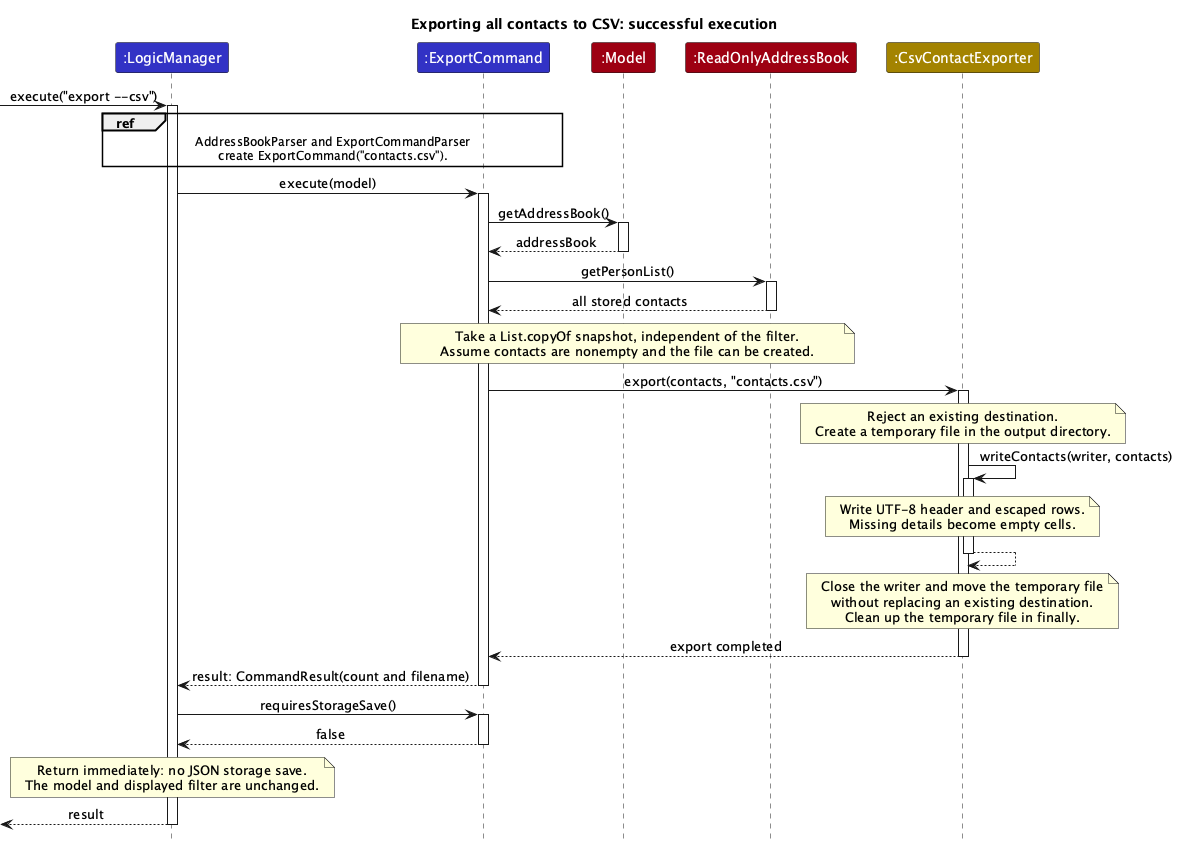
The PlantUML diagram docs/images/ExportCsvSequenceDiagram.png in AY2627S1-CS2103T-W10-1/tp, before a commit.
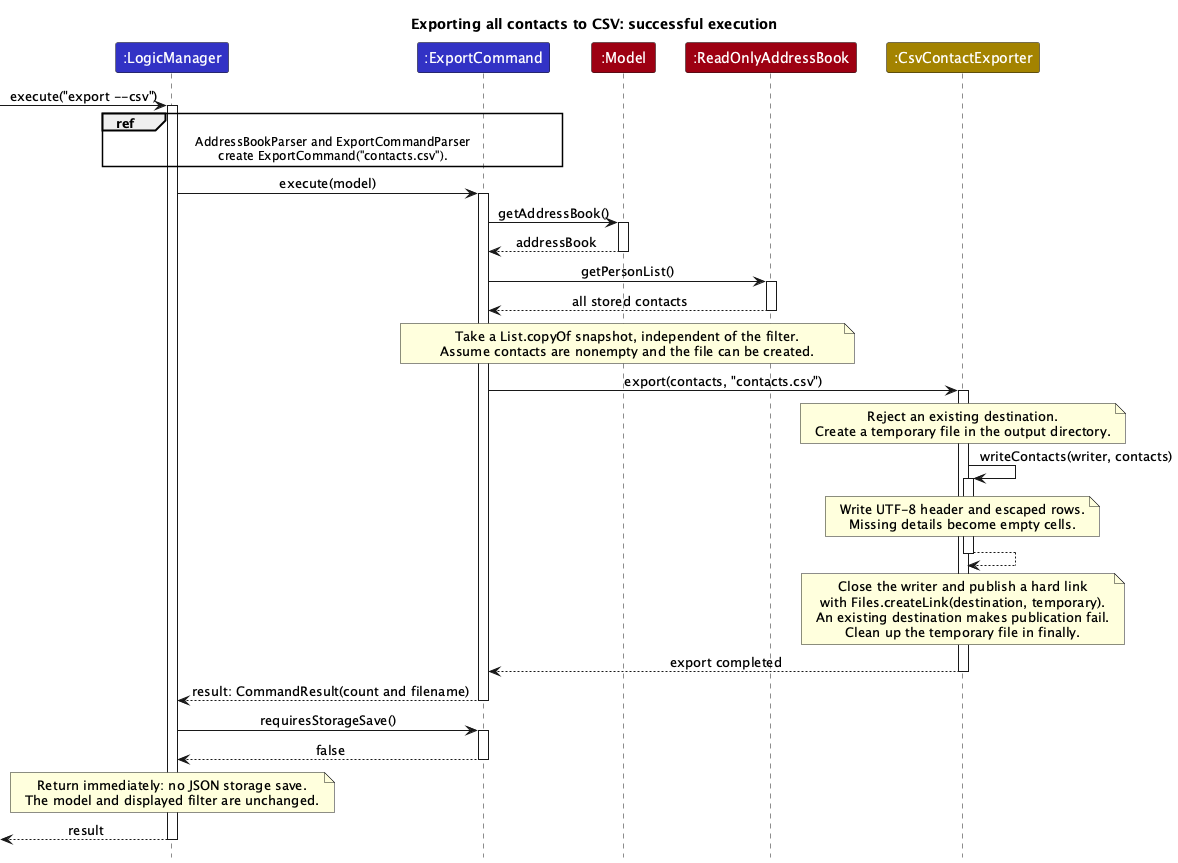
Above is the later version.

The edit, as a diff of the source:
```diff
@@ -46,8 +46,9 @@
 Exporter --> Exporter
 deactivate Exporter
 note over Exporter
-Close the writer and move the temporary file
-without replacing an existing destination.
+Close the writer and publish a hard link
+with Files.createLink(destination, temporary).
+An existing destination makes publication fail.
 Clean up the temporary file in finally.
 end note
 Exporter --> ExportCommand : export completed
```
